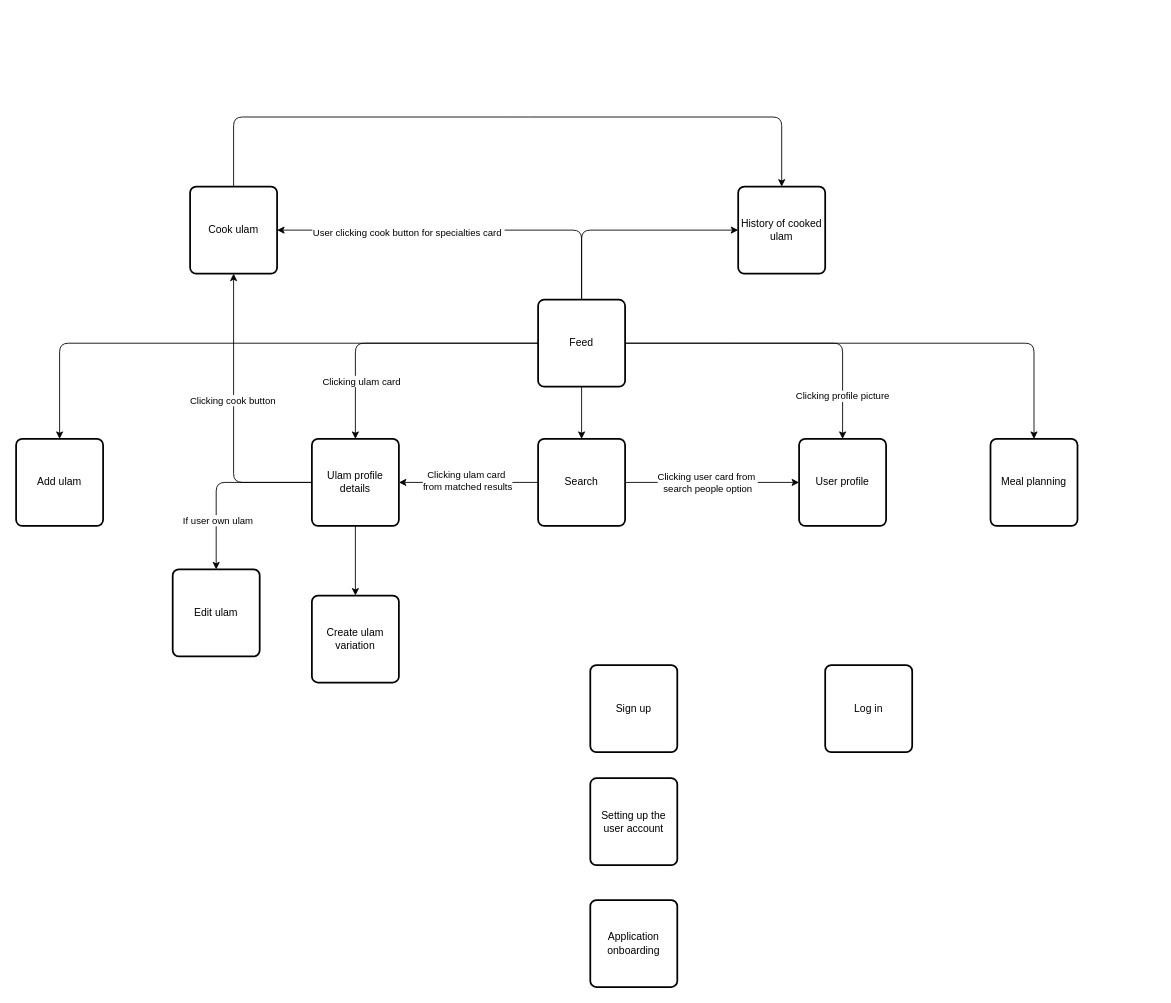
Before: FLOW.drawio in audemarsodato/ulalam, a draw.io diagram. Source tidied: cells renumbered, new cells numbered last; positions are measured from the earlier drawing's top-left corner, leaving out a move shared by most shapes. Both pictures are drawn from the tidied source at 87%, with x=0, y=0 at pixel (16, 117).
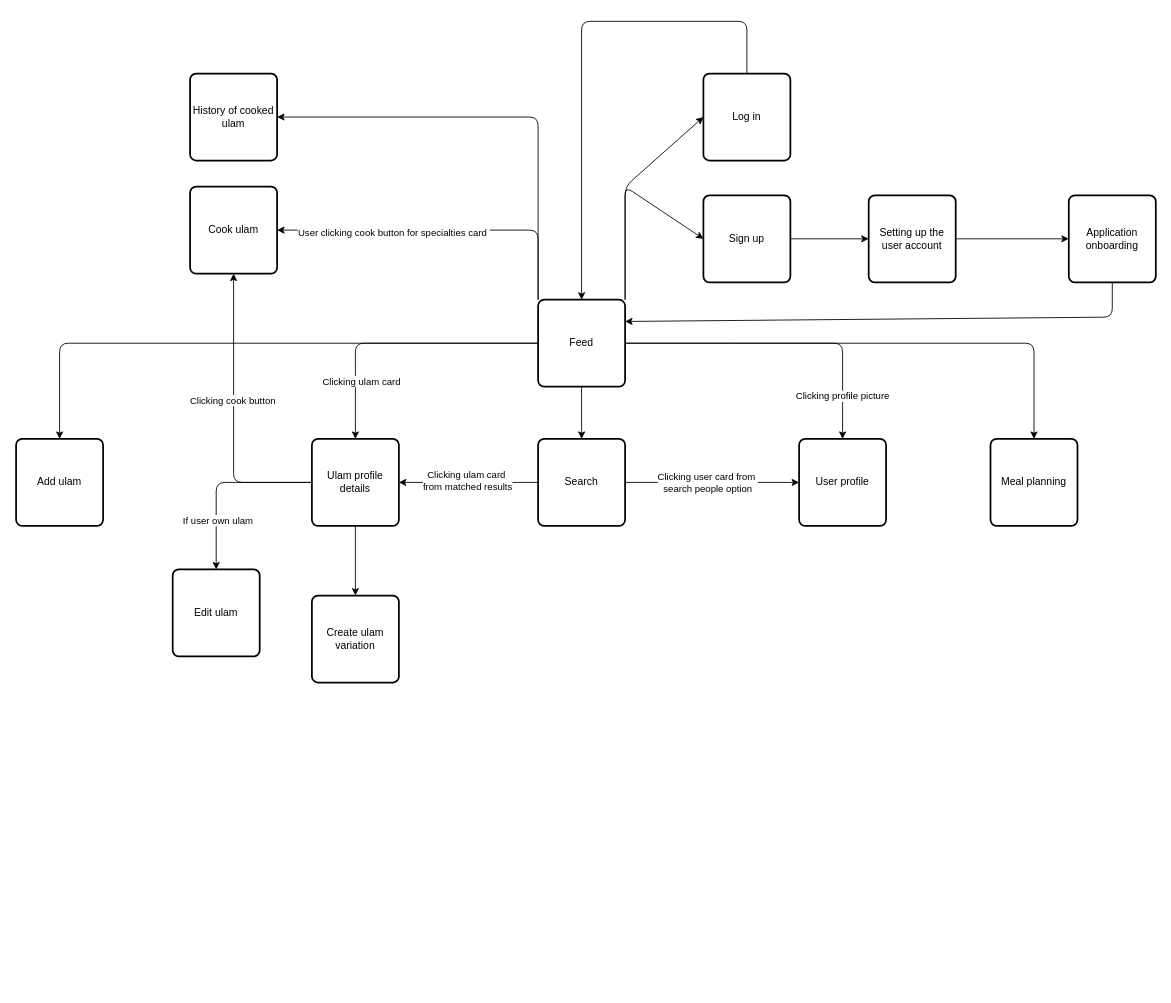
The same page after the edit.

Commit message:
docs: Add pages workflow

The change refers to these unchanged cells:
```xml
<mxCell id="12" value="Feed" style="rounded=1;whiteSpace=wrap;html=1;absoluteArcSize=1;arcSize=14;strokeWidth=2;" parent="1" vertex="1">
  <mxGeometry x="600" y="210" width="100" height="100" as="geometry" />
</mxCell>
<mxCell id="30" value="Cook ulam" style="rounded=1;whiteSpace=wrap;html=1;absoluteArcSize=1;arcSize=14;strokeWidth=2;" parent="1" vertex="1">
  <mxGeometry x="200" y="80" width="100" height="100" as="geometry" />
</mxCell>
```

What changed in the source:
```diff
@@
-    <mxCell id="9" style="edgeStyle=none;html=1;exitX=0.5;exitY=0;exitDx=0;exitDy=0;entryX=1;entryY=0.5;entryDx=0;entryDy=0;" parent="1" edge="1" source="12" target="30">
+    <mxCell id="9" style="edgeStyle=none;html=1;exitX=0;exitY=0;exitDx=0;exitDy=0;entryX=1;entryY=0.5;entryDx=0;entryDy=0;" parent="1" edge="1" source="12" target="30">
       <mxGeometry relative="1" as="geometry">
         <Array as="points">
-          <mxPoint x="650" y="130" />
+          <mxPoint x="600" y="130" />
           <mxPoint x="520" y="130" />
         </Array>
       </mxGeometry>
     </mxCell>
@@
-    <mxCell id="11" style="edgeStyle=none;html=1;exitX=0.5;exitY=0;exitDx=0;exitDy=0;entryX=0;entryY=0.5;entryDx=0;entryDy=0;" parent="1" edge="1" source="12" target="31">
+    <mxCell id="11" style="edgeStyle=none;html=1;exitX=0;exitY=0;exitDx=0;exitDy=0;entryX=1;entryY=0.5;entryDx=0;entryDy=0;" parent="1" edge="1" source="12" target="31">
       <mxGeometry relative="1" as="geometry">
         <Array as="points">
-          <mxPoint x="650" y="130" />
+          <mxPoint x="600" />
         </Array>
       </mxGeometry>
     </mxCell>
+    <mxCell id="36" style="edgeStyle=none;html=1;exitX=1;exitY=0;exitDx=0;exitDy=0;entryX=0;entryY=0.5;entryDx=0;entryDy=0;" parent="1" edge="1" source="12" target="35">
+      <mxGeometry relative="1" as="geometry">
+        <Array as="points">
+          <mxPoint x="700" y="80" />
+        </Array>
+      </mxGeometry>
+    </mxCell>
+    <mxCell id="37" style="edgeStyle=none;html=1;exitX=1;exitY=0;exitDx=0;exitDy=0;entryX=0;entryY=0.5;entryDx=0;entryDy=0;" parent="1" edge="1" source="12" target="32">
+      <mxGeometry relative="1" as="geometry">
+        <Array as="points">
+          <mxPoint x="700" y="80" />
+        </Array>
+      </mxGeometry>
+    </mxCell>
@@
-    <mxCell id="29" style="edgeStyle=none;html=1;exitX=0.5;exitY=0;exitDx=0;exitDy=0;entryX=0.5;entryY=0;entryDx=0;entryDy=0;" parent="1" edge="1" source="30" target="31">
-      <mxGeometry relative="1" as="geometry">
-        <Array as="points">
-          <mxPoint x="250" />
-          <mxPoint x="580" />
-          <mxPoint x="880" />
-        </Array>
-      </mxGeometry>
-    </mxCell>
@@
     <mxCell id="31" value="History of cooked ulam" style="rounded=1;whiteSpace=wrap;html=1;absoluteArcSize=1;arcSize=14;strokeWidth=2;" parent="1" vertex="1">
-      <mxGeometry x="830" y="80" width="100" height="100" as="geometry" />
+      <mxGeometry x="200" y="-50" width="100" height="100" as="geometry" />
     </mxCell>
+    <mxCell id="38" style="edgeStyle=none;html=1;exitX=1;exitY=0.5;exitDx=0;exitDy=0;" parent="1" edge="1" source="32" target="33">
+      <mxGeometry relative="1" as="geometry" />
+    </mxCell>
     <mxCell id="32" value="Sign up" style="rounded=1;whiteSpace=wrap;html=1;absoluteArcSize=1;arcSize=14;strokeWidth=2;" parent="1" vertex="1">
-      <mxGeometry x="660" y="630" width="100" height="100" as="geometry" />
+      <mxGeometry x="790" y="90" width="100" height="100" as="geometry" />
     </mxCell>
+    <mxCell id="39" style="edgeStyle=none;html=1;exitX=1;exitY=0.5;exitDx=0;exitDy=0;" parent="1" edge="1" source="33" target="34">
+      <mxGeometry relative="1" as="geometry" />
+    </mxCell>
     <mxCell id="33" value="Setting up the user account" style="rounded=1;whiteSpace=wrap;html=1;absoluteArcSize=1;arcSize=14;strokeWidth=2;" parent="1" vertex="1">
-      <mxGeometry x="660" y="760" width="100" height="100" as="geometry" />
+      <mxGeometry x="980" y="90" width="100" height="100" as="geometry" />
     </mxCell>
+    <mxCell id="40" style="edgeStyle=none;html=1;exitX=0.5;exitY=1;exitDx=0;exitDy=0;entryX=1;entryY=0.25;entryDx=0;entryDy=0;" parent="1" edge="1" source="34" target="12">
+      <mxGeometry relative="1" as="geometry">
+        <Array as="points">
+          <mxPoint x="1260" y="230" />
+        </Array>
+      </mxGeometry>
+    </mxCell>
     <mxCell id="34" value="Application onboarding" style="rounded=1;whiteSpace=wrap;html=1;absoluteArcSize=1;arcSize=14;strokeWidth=2;" parent="1" vertex="1">
-      <mxGeometry x="660" y="900" width="100" height="100" as="geometry" />
+      <mxGeometry x="1210" y="90" width="100" height="100" as="geometry" />
     </mxCell>
+    <mxCell id="41" style="edgeStyle=none;html=1;exitX=0.5;exitY=0;exitDx=0;exitDy=0;entryX=0.5;entryY=0;entryDx=0;entryDy=0;" parent="1" edge="1" source="35" target="12">
+      <mxGeometry relative="1" as="geometry">
+        <Array as="points">
+          <mxPoint x="840" y="-110" />
+          <mxPoint x="650" y="-110" />
+        </Array>
+      </mxGeometry>
+    </mxCell>
     <mxCell id="35" value="Log in" style="rounded=1;whiteSpace=wrap;html=1;absoluteArcSize=1;arcSize=14;strokeWidth=2;" parent="1" vertex="1">
-      <mxGeometry x="930" y="630" width="100" height="100" as="geometry" />
+      <mxGeometry x="790" y="-50" width="100" height="100" as="geometry" />
     </mxCell>
```
